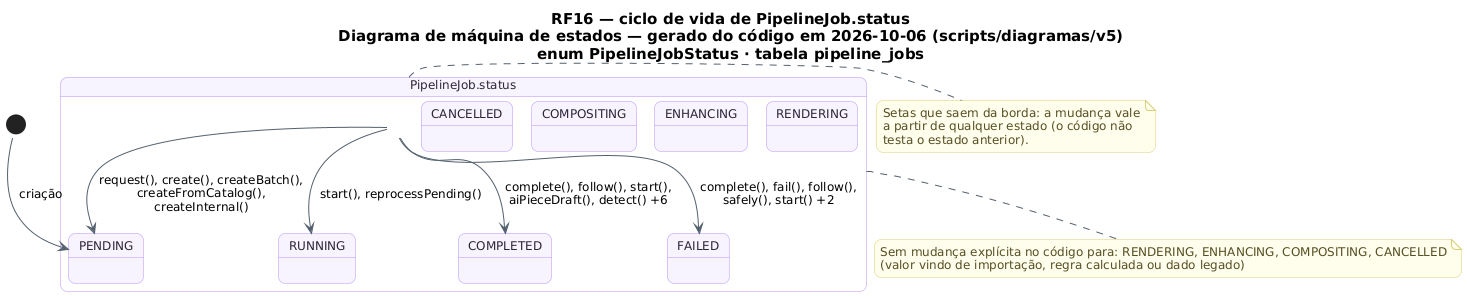
MatheusHaliski/tcc-2026-fashion-ai-backend keeps this PlantUML diagram as docs/diagramas/RF16/RF16_MaquinaDeEstados_Job.png. Above is the earlier version. The source it was exported from:
```plantuml
@startuml RF16_MaquinaDeEstados_Job
!pragma layout smetana
skinparam backgroundColor #FFFFFF
skinparam shadowing false
skinparam defaultFontName "DejaVu Sans"
skinparam defaultFontSize 12
skinparam titleFontSize 15
skinparam roundcorner 14
skinparam ArrowColor #52606D
skinparam note {
  BackgroundColor #FFFDEB
  BorderColor #D8CE78
  FontColor #554F24
}
skinparam state {
  BackgroundColor #F8F4FF
  BorderColor #B695F5
  FontColor #2D2438
  StartColor #20A77A
  EndColor #4B5563
}
title RF16 — ciclo de vida de PipelineJob.status\nDiagrama de máquina de estados — gerado do código em 2026-10-06 (scripts/diagramas/v5)\nenum PipelineJobStatus · tabela pipeline_jobs

state "PipelineJob.status" as Ciclo_PipelineJob {
  state Ciclo_PipelineJob_PENDING as "PENDING"
  state Ciclo_PipelineJob_RUNNING as "RUNNING"
  state Ciclo_PipelineJob_RENDERING as "RENDERING"
  state Ciclo_PipelineJob_ENHANCING as "ENHANCING"
  state Ciclo_PipelineJob_COMPOSITING as "COMPOSITING"
  state Ciclo_PipelineJob_COMPLETED as "COMPLETED"
  state Ciclo_PipelineJob_FAILED as "FAILED"
  state Ciclo_PipelineJob_CANCELLED as "CANCELLED"
}
[*] --> Ciclo_PipelineJob_PENDING : criação
Ciclo_PipelineJob --> Ciclo_PipelineJob_COMPLETED : complete(), follow(), start(),\naiPieceDraft(), detect() +6
Ciclo_PipelineJob --> Ciclo_PipelineJob_FAILED : complete(), fail(), follow(),\nsafely(), start() +2
Ciclo_PipelineJob --> Ciclo_PipelineJob_PENDING : request(), create(), createBatch(),\ncreateFromCatalog(),\ncreateInternal()
Ciclo_PipelineJob --> Ciclo_PipelineJob_RUNNING : start(), reprocessPending()
note bottom of Ciclo_PipelineJob
  Sem mudança explícita no código para: RENDERING, ENHANCING, COMPOSITING, CANCELLED
  (valor vindo de importação, regra calculada ou dado legado)
end note
note right of Ciclo_PipelineJob
  Setas que saem da borda: a mudança vale
  a partir de qualquer estado (o código não
  testa o estado anterior).
end note
@enduml
```
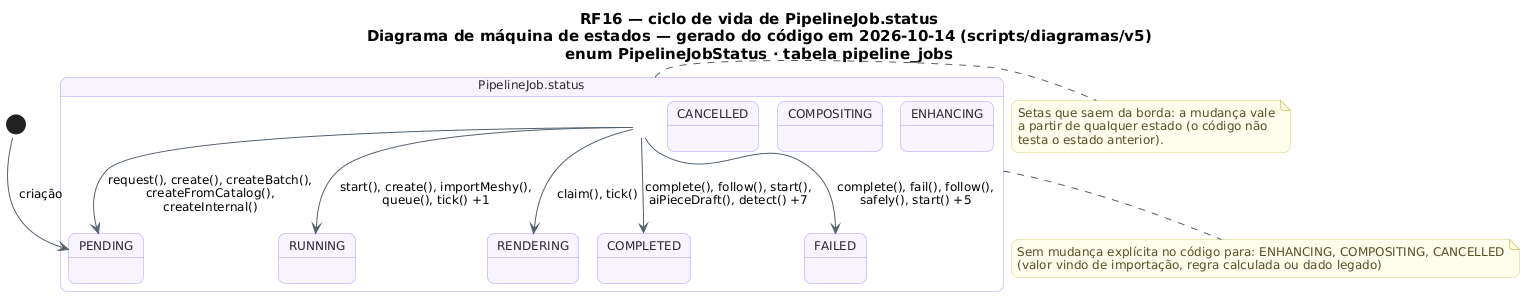
After the change.

What changed in the source:
```diff
@@ -19,7 +19,7 @@
   StartColor #20A77A
   EndColor #4B5563
 }
-title RF16 — ciclo de vida de PipelineJob.status\nDiagrama de máquina de estados — gerado do código em 2026-10-06 (scripts/diagramas/v5)\nenum PipelineJobStatus · tabela pipeline_jobs
+title RF16 — ciclo de vida de PipelineJob.status\nDiagrama de máquina de estados — gerado do código em 2026-10-14 (scripts/diagramas/v5)\nenum PipelineJobStatus · tabela pipeline_jobs
 
 state "PipelineJob.status" as Ciclo_PipelineJob {
   state Ciclo_PipelineJob_PENDING as "PENDING"
@@ -32,12 +32,13 @@
   state Ciclo_PipelineJob_CANCELLED as "CANCELLED"
 }
 [*] --> Ciclo_PipelineJob_PENDING : criação
-Ciclo_PipelineJob --> Ciclo_PipelineJob_COMPLETED : complete(), follow(), start(),\naiPieceDraft(), detect() +6
-Ciclo_PipelineJob --> Ciclo_PipelineJob_FAILED : complete(), fail(), follow(),\nsafely(), start() +2
+Ciclo_PipelineJob --> Ciclo_PipelineJob_COMPLETED : complete(), follow(), start(),\naiPieceDraft(), detect() +7
+Ciclo_PipelineJob --> Ciclo_PipelineJob_FAILED : complete(), fail(), follow(),\nsafely(), start() +5
 Ciclo_PipelineJob --> Ciclo_PipelineJob_PENDING : request(), create(), createBatch(),\ncreateFromCatalog(),\ncreateInternal()
-Ciclo_PipelineJob --> Ciclo_PipelineJob_RUNNING : start(), reprocessPending()
+Ciclo_PipelineJob --> Ciclo_PipelineJob_RENDERING : claim(), tick()
+Ciclo_PipelineJob --> Ciclo_PipelineJob_RUNNING : start(), create(), importMeshy(),\nqueue(), tick() +1
 note bottom of Ciclo_PipelineJob
-  Sem mudança explícita no código para: RENDERING, ENHANCING, COMPOSITING, CANCELLED
+  Sem mudança explícita no código para: ENHANCING, COMPOSITING, CANCELLED
   (valor vindo de importação, regra calculada ou dado legado)
 end note
 note right of Ciclo_PipelineJob
```
